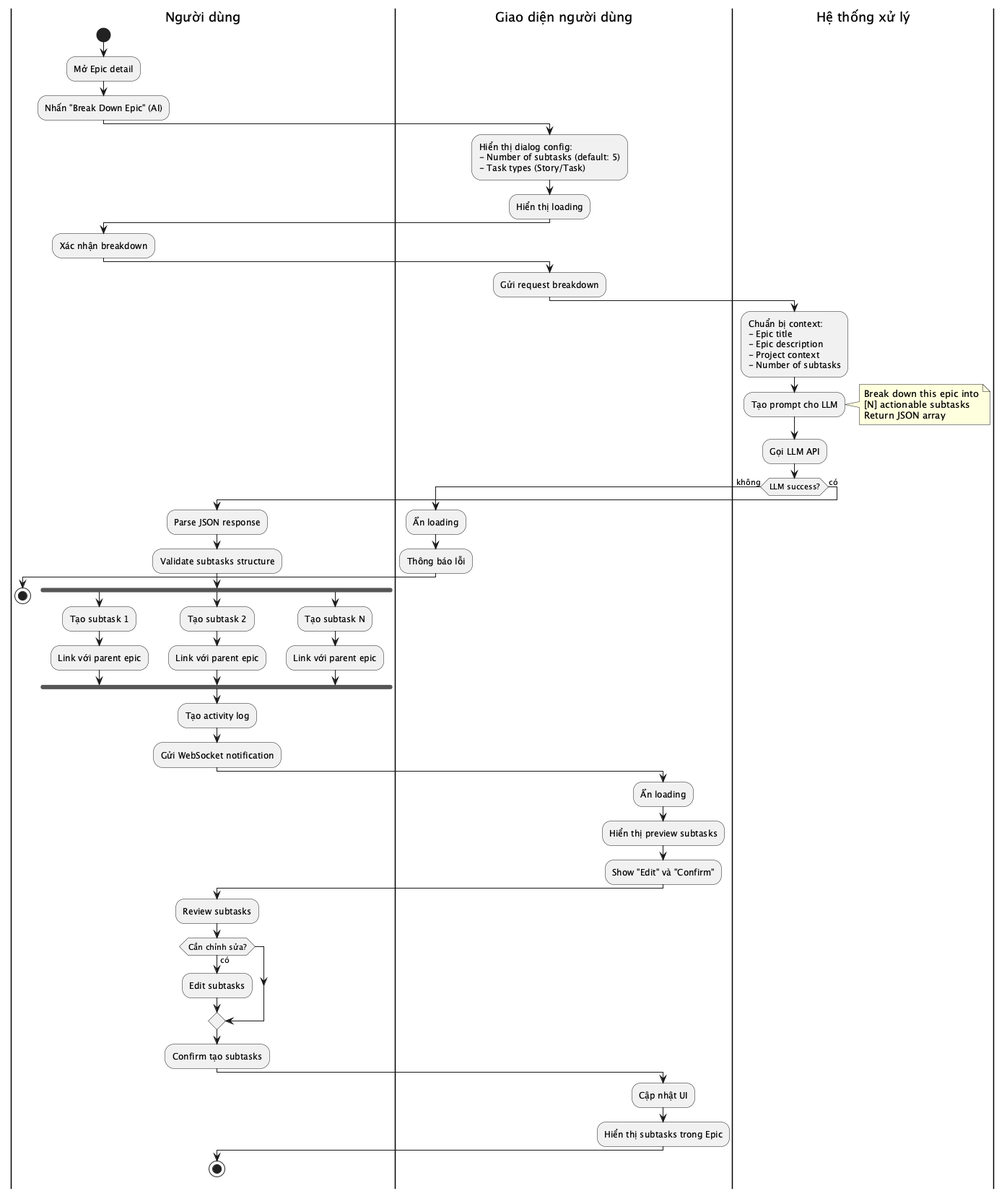
This is reports/dat-examples/report/images/act_breakdown_epic.png from toantran292/datn, a PlantUML export, as it was before one commit.
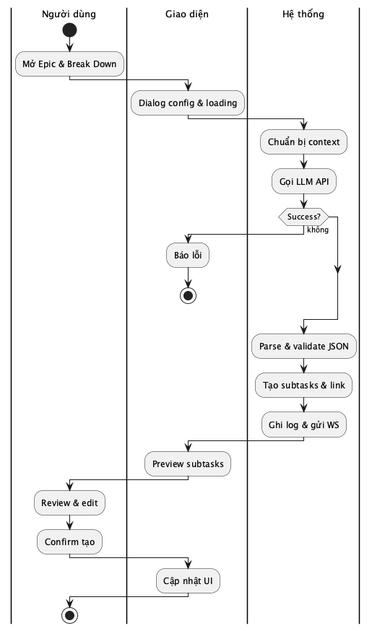
The same diagram one commit later.

Diff of the diagram source:
```diff
@@ -1,65 +1,42 @@
 @startuml act_breakdown_epic
+skinparam defaultFontSize 13
+skinparam activityFontSize 12
+skinparam activityDiamondFontSize 11
+skinparam activityArrowFontSize 10
+skinparam partitionFontSize 13
+
 |Người dùng|
 start
-:Mở Epic detail;
-:Nhấn "Break Down Epic" (AI);
-|Giao diện người dùng|
-:Hiển thị dialog config:
-- Number of subtasks (default: 5)
-- Task types (Story/Task);
-:Hiển thị loading;
-|Người dùng|
-:Xác nhận breakdown;
-|Giao diện người dùng|
-:Gửi request breakdown;
-|Hệ thống xử lý|
-:Chuẩn bị context:
-- Epic title
-- Epic description
-- Project context
-- Number of subtasks;
-:Tạo prompt cho LLM;
-note right
-  Break down this epic into
-  [N] actionable subtasks
-  Return JSON array
-end note
+:Mở Epic & Break Down;
+
+|Giao diện|
+:Dialog config & loading;
+
+|Hệ thống|
+:Chuẩn bị context;
 :Gọi LLM API;
-if (LLM success?) then (không)
-  |Giao diện người dùng|
-  :Ẩn loading;
-  :Thông báo lỗi;
-  |Người dùng|
-  stop
-else (có)
-  :Parse JSON response;
-  :Validate subtasks structure;
-  fork
-    :Tạo subtask 1;
-    :Link với parent epic;
-  fork again
-    :Tạo subtask 2;
-    :Link với parent epic;
-  fork again
-    :Tạo subtask N;
-    :Link với parent epic;
-  end fork
-  :Tạo activity log;
-  :Gửi WebSocket notification;
-  |Giao diện người dùng|
-  :Ẩn loading;
-  :Hiển thị preview subtasks;
-  :Show "Edit" và "Confirm";
-  |Người dùng|
-  :Review subtasks;
-  if (Cần chỉnh sửa?) then (có)
-    :Edit subtasks;
-  endif
-  :Confirm tạo subtasks;
-  |Giao diện người dùng|
-  :Cập nhật UI;
-  :Hiển thị subtasks trong Epic;
-  |Người dùng|
+
+if (Success?) then (không)
+  |Giao diện|
+  :Báo lỗi;
   stop
 endif
+
+|Hệ thống|
+:Parse & validate JSON;
+:Tạo subtasks & link;
+:Ghi log & gửi WS;
+
+|Giao diện|
+:Preview subtasks;
+
+|Người dùng|
+:Review & edit;
+:Confirm tạo;
+
+|Giao diện|
+:Cập nhật UI;
+
+|Người dùng|
+stop
 @enduml
```
